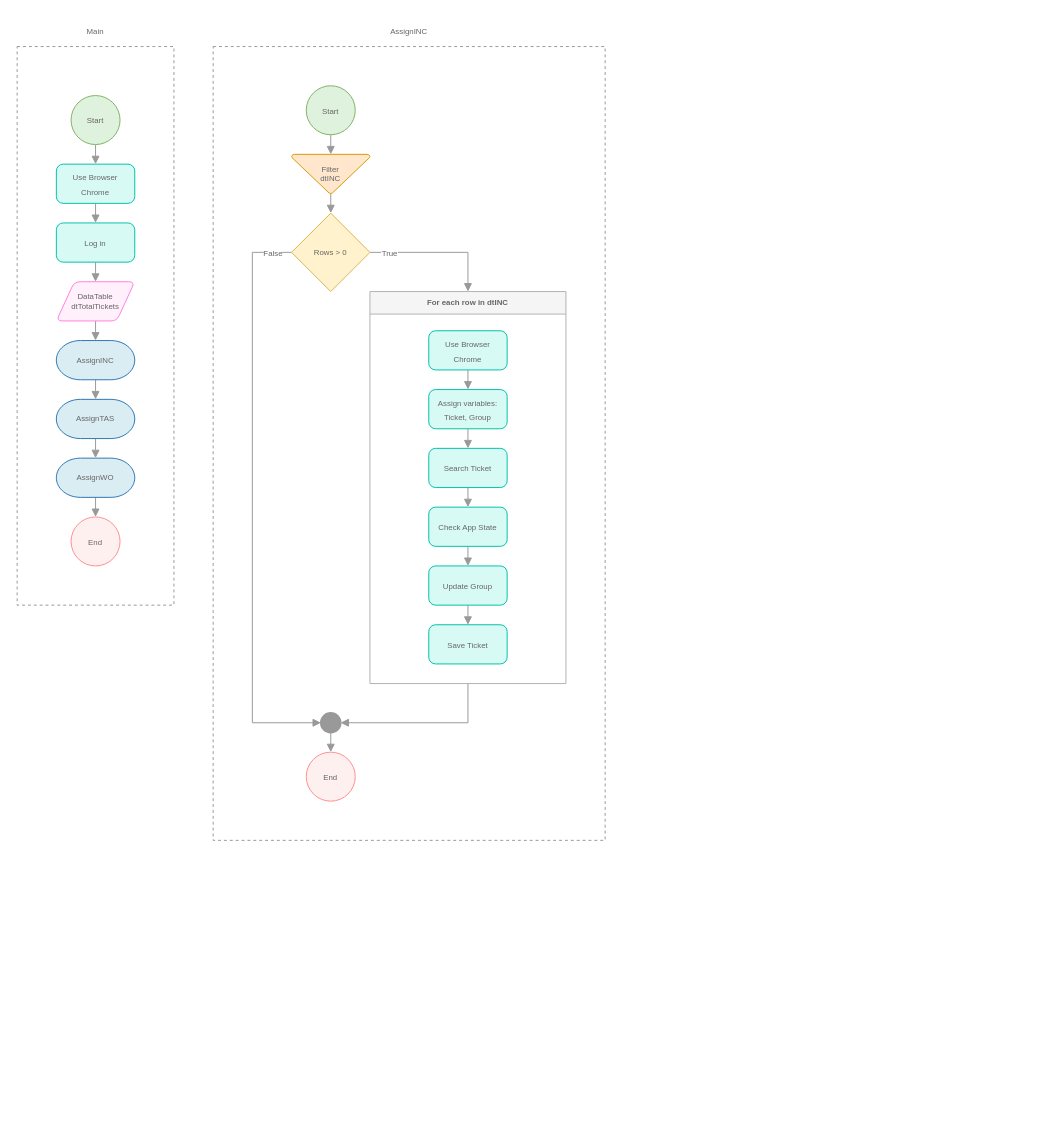
icasadev/icasadev.github.io keeps this draw.io diagram as CPD4.drawio. Above is the earlier version. Source tidied: cells renumbered, new cells numbered last; positions are measured from the earlier drawing's top-left corner, leaving out a move shared by most shapes. Both pictures are drawn from the tidied source at 98%, with x=0, y=0 at pixel (17, 17).
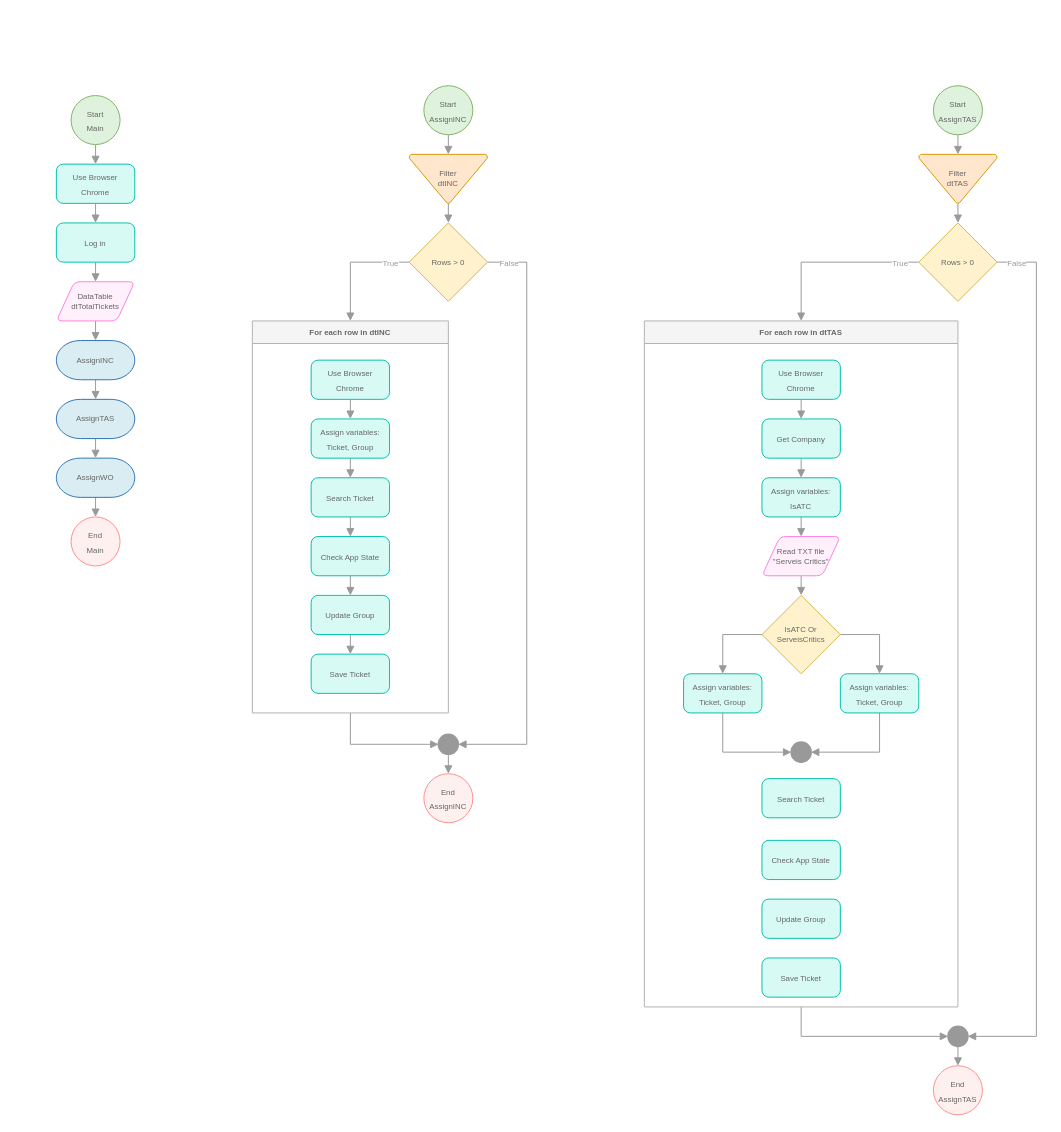
The same diagram, later.

The edit, as a diff of the source:
```diff
@@
-    <mxCell id="2" style="rounded=0;whiteSpace=wrap;html=1;labelBorderColor=#FFFFFF;fontSize=8;fontColor=#666666;strokeColor=#999999;strokeWidth=1;fillColor=none;dashed=1;" parent="1" vertex="1">
-      <mxGeometry x="200" y="30" width="400" height="810" as="geometry" />
-    </mxCell>
@@
-    <mxCell id="4" value="&lt;font color=&quot;#666666&quot; style=&quot;font-size: 8px;&quot;&gt;Start&lt;/font&gt;" style="strokeWidth=1;html=1;shape=mxgraph.flowchart.start_2;whiteSpace=wrap;fillColor=#DEF2DD;strokeColor=#82b366;" parent="1" vertex="1">
+    <mxCell id="4" value="&lt;font color=&quot;#666666&quot; style=&quot;font-size: 8px;&quot;&gt;Start&lt;br&gt;Main&lt;/font&gt;" style="strokeWidth=1;html=1;shape=mxgraph.flowchart.start_2;whiteSpace=wrap;fillColor=#DEF2DD;strokeColor=#82b366;" parent="1" vertex="1">
       <mxGeometry x="55" y="80" width="50" height="50" as="geometry" />
     </mxCell>
@@
-    <mxCell id="17" value="&lt;font color=&quot;#666666&quot; style=&quot;font-size: 8px;&quot;&gt;End&lt;/font&gt;" style="strokeWidth=1;html=1;shape=mxgraph.flowchart.start_2;whiteSpace=wrap;fillColor=#fff0f0;strokeColor=#ff8f8f;" parent="1" vertex="1">
+    <mxCell id="17" value="&lt;font color=&quot;#666666&quot; style=&quot;font-size: 8px;&quot;&gt;End&lt;br&gt;Main&lt;br&gt;&lt;/font&gt;" style="strokeWidth=1;html=1;shape=mxgraph.flowchart.start_2;whiteSpace=wrap;fillColor=#fff0f0;strokeColor=#ff8f8f;" parent="1" vertex="1">
       <mxGeometry x="55" y="510" width="50" height="50" as="geometry" />
     </mxCell>
@@
     <mxCell id="19" value="&lt;font color=&quot;#666666&quot;&gt;Filter&lt;br&gt;dtINC&lt;/font&gt;" style="strokeWidth=1;html=1;shape=mxgraph.flowchart.merge_or_storage;whiteSpace=wrap;fontSize=8;fillColor=#ffe6cc;strokeColor=#d79b00;" parent="1" vertex="1">
-      <mxGeometry x="280" y="140" width="80" height="40" as="geometry" />
+      <mxGeometry x="400" y="140" width="80" height="50" as="geometry" />
     </mxCell>
-    <mxCell id="20" style="edgeStyle=orthogonalEdgeStyle;rounded=0;jettySize=auto;html=1;exitX=1;exitY=0.5;exitDx=0;exitDy=0;exitPerimeter=0;entryX=0.5;entryY=0;entryDx=0;entryDy=0;fontSize=8;fontColor=#666666;endArrow=block;endFill=1;strokeColor=#999999;" parent="1" edge="1" source="24" target="26">
+    <mxCell id="20" style="edgeStyle=orthogonalEdgeStyle;rounded=0;jettySize=auto;html=1;exitX=0;exitY=0.5;exitDx=0;exitDy=0;exitPerimeter=0;entryX=0.5;entryY=0;entryDx=0;entryDy=0;fontSize=8;fontColor=#666666;endArrow=block;endFill=1;strokeColor=#999999;" parent="1" edge="1" source="24" target="26">
       <mxGeometry relative="1" as="geometry" />
     </mxCell>
-    <mxCell id="21" value="True" style="edgeLabel;html=1;align=center;verticalAlign=middle;fontSize=8;fontColor=#666666;" parent="20" vertex="1">
-      <mxGeometry x="-0.21" relative="1" as="geometry">
-        <mxPoint x="-36" as="offset" />
-      </mxGeometry>
-    </mxCell>
+    <mxCell id="46" value="True" style="edgeLabel;html=1;align=center;verticalAlign=middle;fontSize=8;fontColor=#999999;" parent="20" vertex="1">
+      <mxGeometry x="-0.26" y="-2" relative="1" as="geometry">
+        <mxPoint x="24" y="2" as="offset" />
+      </mxGeometry>
+    </mxCell>
-    <mxCell id="22" style="edgeStyle=orthogonalEdgeStyle;rounded=0;jettySize=auto;html=1;exitX=0;exitY=0.5;exitDx=0;exitDy=0;exitPerimeter=0;entryX=0;entryY=0.5;entryDx=0;entryDy=0;entryPerimeter=0;fontSize=8;fontColor=#666666;endArrow=block;endFill=1;strokeColor=#999999;" parent="1" edge="1" source="24" target="39">
+    <mxCell id="22" style="edgeStyle=orthogonalEdgeStyle;rounded=0;jettySize=auto;html=1;exitX=1;exitY=0.5;exitDx=0;exitDy=0;exitPerimeter=0;entryX=1;entryY=0.5;entryDx=0;entryDy=0;entryPerimeter=0;fontSize=8;fontColor=#666666;endArrow=block;endFill=1;strokeColor=#999999;" parent="1" edge="1" source="24" target="39">
       <mxGeometry relative="1" as="geometry">
         <Array as="points">
-          <mxPoint x="240" y="240" />
-          <mxPoint x="240" y="720" />
+          <mxPoint x="520" y="250" />
+          <mxPoint x="520" y="742" />
         </Array>
       </mxGeometry>
     </mxCell>
-    <mxCell id="23" value="False" style="edgeLabel;html=1;align=center;verticalAlign=middle;fontSize=8;fontColor=#666666;" parent="22" vertex="1">
-      <mxGeometry x="-0.9" y="-1" relative="1" as="geometry">
-        <mxPoint x="9" y="1" as="offset" />
-      </mxGeometry>
-    </mxCell>
+    <mxCell id="47" value="False" style="edgeLabel;html=1;align=center;verticalAlign=middle;fontSize=8;fontColor=#999999;" parent="22" vertex="1">
+      <mxGeometry x="-0.95" relative="1" as="geometry">
+        <mxPoint x="6" as="offset" />
+      </mxGeometry>
+    </mxCell>
     <mxCell id="24" value="&lt;font color=&quot;#666666&quot;&gt;Rows &amp;gt; 0&lt;/font&gt;" style="strokeWidth=1;html=1;shape=mxgraph.flowchart.decision;whiteSpace=wrap;fontSize=8;fillColor=#fff2cc;strokeColor=#d6b656;" parent="1" vertex="1">
-      <mxGeometry x="280" y="200" width="80" height="80" as="geometry" />
+      <mxGeometry x="400" y="210" width="80" height="80" as="geometry" />
     </mxCell>
-    <mxCell id="25" style="edgeStyle=orthogonalEdgeStyle;rounded=0;jettySize=auto;html=1;exitX=0.5;exitY=1;exitDx=0;exitDy=0;entryX=1;entryY=0.5;entryDx=0;entryDy=0;entryPerimeter=0;fontSize=8;fontColor=#666666;endArrow=block;endFill=1;strokeColor=#999999;" parent="1" edge="1" source="26" target="39">
+    <mxCell id="25" style="edgeStyle=orthogonalEdgeStyle;rounded=0;jettySize=auto;html=1;exitX=0.5;exitY=1;exitDx=0;exitDy=0;entryX=0;entryY=0.5;entryDx=0;entryDy=0;entryPerimeter=0;fontSize=8;fontColor=#999999;endArrow=block;endFill=1;strokeColor=#999999;" parent="1" edge="1" source="26" target="39">
       <mxGeometry relative="1" as="geometry" />
     </mxCell>
     <mxCell id="26" value="For each row in dtINC" style="swimlane;fontSize=8;strokeColor=#B3B3B3;strokeWidth=1;fillColor=#f5f5f5;fontColor=#666666;" parent="1" vertex="1">
-      <mxGeometry x="360" y="280" width="200" height="400" as="geometry" />
+      <mxGeometry x="240" y="310" width="200" height="400" as="geometry" />
     </mxCell>
@@
     <mxCell id="39" style="strokeWidth=2;html=1;shape=mxgraph.flowchart.start_2;whiteSpace=wrap;fontSize=8;fontColor=#666666;fillColor=#999999;strokeColor=#999999;" parent="1" vertex="1">
-      <mxGeometry x="310" y="710" width="20" height="20" as="geometry" />
+      <mxGeometry x="430" y="732" width="20" height="20" as="geometry" />
     </mxCell>
@@
-    <mxCell id="41" value="&lt;font color=&quot;#666666&quot; style=&quot;font-size: 8px;&quot;&gt;Start&lt;/font&gt;" style="strokeWidth=1;html=1;shape=mxgraph.flowchart.start_2;whiteSpace=wrap;fillColor=#DEF2DD;strokeColor=#82b366;" parent="1" vertex="1">
-      <mxGeometry x="295" y="70" width="50" height="50" as="geometry" />
+    <mxCell id="41" value="&lt;font color=&quot;#666666&quot; style=&quot;font-size: 8px;&quot;&gt;Start&lt;br&gt;AssignINC&lt;br&gt;&lt;/font&gt;" style="strokeWidth=1;html=1;shape=mxgraph.flowchart.start_2;whiteSpace=wrap;fillColor=#DEF2DD;strokeColor=#82b366;" parent="1" vertex="1">
+      <mxGeometry x="415" y="70" width="50" height="50" as="geometry" />
     </mxCell>
-    <mxCell id="42" value="&lt;font color=&quot;#666666&quot; style=&quot;font-size: 8px;&quot;&gt;End&lt;/font&gt;" style="strokeWidth=1;html=1;shape=mxgraph.flowchart.start_2;whiteSpace=wrap;fillColor=#fff0f0;strokeColor=#ff8f8f;" parent="1" vertex="1">
-      <mxGeometry x="295" y="750" width="50" height="50" as="geometry" />
+    <mxCell id="42" value="&lt;font color=&quot;#666666&quot; style=&quot;font-size: 8px;&quot;&gt;End AssignINC&lt;/font&gt;" style="strokeWidth=1;html=1;shape=mxgraph.flowchart.start_2;whiteSpace=wrap;fillColor=#fff0f0;strokeColor=#ff8f8f;" parent="1" vertex="1">
+      <mxGeometry x="415" y="772" width="50" height="50" as="geometry" />
     </mxCell>
-    <mxCell id="43" value="AssignINC" style="text;html=1;strokeColor=none;fillColor=none;align=center;verticalAlign=middle;whiteSpace=wrap;rounded=0;dashed=1;labelBorderColor=#FFFFFF;fontSize=8;fontColor=#666666;" parent="1" vertex="1">
-      <mxGeometry x="200" width="400" height="30" as="geometry" />
-    </mxCell>
-    <mxCell id="44" style="rounded=0;whiteSpace=wrap;html=1;labelBorderColor=#FFFFFF;fontSize=8;fontColor=#666666;strokeColor=#999999;strokeWidth=1;fillColor=none;dashed=1;" parent="1" vertex="1">
-      <mxGeometry y="30" width="160" height="570" as="geometry" />
-    </mxCell>
-    <mxCell id="45" value="Main" style="text;html=1;strokeColor=none;fillColor=none;align=center;verticalAlign=middle;whiteSpace=wrap;rounded=0;dashed=1;labelBorderColor=#FFFFFF;fontSize=8;fontColor=#666666;" parent="1" vertex="1">
-      <mxGeometry width="160" height="30" as="geometry" />
-    </mxCell>
+    <mxCell id="48" style="edgeStyle=orthogonalEdgeStyle;rounded=0;jettySize=auto;html=1;exitX=0.5;exitY=1;exitDx=0;exitDy=0;exitPerimeter=0;entryX=0.5;entryY=0;entryDx=0;entryDy=0;entryPerimeter=0;fontSize=8;fontColor=#666666;endArrow=block;endFill=1;strokeColor=#999999;" parent="1" edge="1" source="49" target="54">
+      <mxGeometry relative="1" as="geometry" />
+    </mxCell>
+    <mxCell id="49" value="&lt;font color=&quot;#666666&quot;&gt;Filter&lt;br&gt;dtTAS&lt;/font&gt;" style="strokeWidth=1;html=1;shape=mxgraph.flowchart.merge_or_storage;whiteSpace=wrap;fontSize=8;fillColor=#ffe6cc;strokeColor=#d79b00;" parent="1" vertex="1">
+      <mxGeometry x="920" y="140" width="80" height="50" as="geometry" />
+    </mxCell>
+    <mxCell id="50" style="edgeStyle=orthogonalEdgeStyle;rounded=0;jettySize=auto;html=1;exitX=0;exitY=0.5;exitDx=0;exitDy=0;exitPerimeter=0;entryX=0.5;entryY=0;entryDx=0;entryDy=0;fontSize=8;fontColor=#999999;endArrow=block;endFill=1;strokeColor=#999999;" parent="1" edge="1" source="54" target="56">
+      <mxGeometry relative="1" as="geometry" />
+    </mxCell>
+    <mxCell id="51" value="True" style="edgeLabel;html=1;align=center;verticalAlign=middle;fontSize=8;fontColor=#999999;" parent="50" vertex="1">
+      <mxGeometry x="-0.21" y="-2" relative="1" as="geometry">
+        <mxPoint x="51" y="2" as="offset" />
+      </mxGeometry>
+    </mxCell>
+    <mxCell id="52" style="edgeStyle=orthogonalEdgeStyle;rounded=0;jettySize=auto;html=1;exitX=1;exitY=0.5;exitDx=0;exitDy=0;exitPerimeter=0;entryX=1;entryY=0.5;entryDx=0;entryDy=0;entryPerimeter=0;fontSize=8;fontColor=#999999;endArrow=block;endFill=1;strokeColor=#999999;" parent="1" edge="1" source="54" target="78">
+      <mxGeometry relative="1" as="geometry">
+        <Array as="points">
+          <mxPoint x="1040" y="250" />
+          <mxPoint x="1040" y="1040" />
+        </Array>
+      </mxGeometry>
+    </mxCell>
+    <mxCell id="53" value="False" style="edgeLabel;html=1;align=center;verticalAlign=middle;fontSize=8;fontColor=#999999;" parent="52" vertex="1">
+      <mxGeometry x="-0.98" y="1" relative="1" as="geometry">
+        <mxPoint x="10" y="1" as="offset" />
+      </mxGeometry>
+    </mxCell>
+    <mxCell id="54" value="&lt;font color=&quot;#666666&quot;&gt;Rows &amp;gt; 0&lt;/font&gt;" style="strokeWidth=1;html=1;shape=mxgraph.flowchart.decision;whiteSpace=wrap;fontSize=8;fillColor=#fff2cc;strokeColor=#d6b656;" parent="1" vertex="1">
+      <mxGeometry x="920" y="210" width="80" height="80" as="geometry" />
+    </mxCell>
+    <mxCell id="55" style="edgeStyle=orthogonalEdgeStyle;rounded=0;jettySize=auto;html=1;exitX=0.5;exitY=1;exitDx=0;exitDy=0;entryX=0;entryY=0.5;entryDx=0;entryDy=0;entryPerimeter=0;fontSize=8;fontColor=#999999;endArrow=block;endFill=1;strokeColor=#999999;" parent="1" edge="1" source="56" target="78">
+      <mxGeometry relative="1" as="geometry" />
+    </mxCell>
+    <mxCell id="56" value="For each row in dtTAS" style="swimlane;fontSize=8;strokeColor=#B3B3B3;strokeWidth=1;fillColor=#f5f5f5;fontColor=#666666;" parent="1" vertex="1">
+      <mxGeometry x="640" y="310" width="320" height="700" as="geometry" />
+    </mxCell>
+    <mxCell id="57" style="edgeStyle=orthogonalEdgeStyle;rounded=0;jettySize=auto;html=1;exitX=0.5;exitY=1;exitDx=0;exitDy=0;entryX=0.5;entryY=0;entryDx=0;entryDy=0;fontSize=8;fontColor=#666666;endArrow=block;endFill=1;strokeColor=#999999;" parent="56" edge="1" source="58" target="60">
+      <mxGeometry relative="1" as="geometry" />
+    </mxCell>
+    <mxCell id="58" value="&lt;font color=&quot;#666666&quot; style=&quot;font-size: 8px;&quot;&gt;Use Browser &lt;br&gt;Chrome&lt;/font&gt;" style="rounded=1;whiteSpace=wrap;html=1;absoluteArcSize=1;arcSize=14;strokeWidth=1;fontColor=#000000;fillColor=#d7faf5;strokeColor=#00c2a8;" parent="56" vertex="1">
+      <mxGeometry x="120" y="40" width="80" height="40" as="geometry" />
+    </mxCell>
+    <mxCell id="59" style="edgeStyle=orthogonalEdgeStyle;rounded=0;jettySize=auto;html=1;exitX=0.5;exitY=1;exitDx=0;exitDy=0;entryX=0.5;entryY=0;entryDx=0;entryDy=0;fontSize=8;fontColor=#666666;endArrow=block;endFill=1;strokeColor=#999999;" parent="56" edge="1" source="60" target="62">
+      <mxGeometry relative="1" as="geometry" />
+    </mxCell>
+    <mxCell id="60" value="&lt;font color=&quot;#666666&quot;&gt;&lt;span style=&quot;font-size: 8px;&quot;&gt;Get Company&lt;/span&gt;&lt;/font&gt;" style="rounded=1;whiteSpace=wrap;html=1;absoluteArcSize=1;arcSize=14;strokeWidth=1;fontColor=#000000;fillColor=#d7faf5;strokeColor=#00c2a8;" parent="56" vertex="1">
+      <mxGeometry x="120" y="100" width="80" height="40" as="geometry" />
+    </mxCell>
+    <mxCell id="61" style="edgeStyle=orthogonalEdgeStyle;rounded=0;jettySize=auto;html=1;exitX=0.5;exitY=1;exitDx=0;exitDy=0;entryX=0.5;entryY=0;entryDx=0;entryDy=0;fontSize=8;fontColor=#666666;endArrow=block;endFill=1;strokeColor=#999999;" parent="56" edge="1" source="62" target="64">
+      <mxGeometry relative="1" as="geometry" />
+    </mxCell>
+    <mxCell id="62" value="&lt;font color=&quot;#666666&quot;&gt;&lt;span style=&quot;font-size: 8px;&quot;&gt;Assign variables: IsATC&lt;/span&gt;&lt;/font&gt;" style="rounded=1;whiteSpace=wrap;html=1;absoluteArcSize=1;arcSize=14;strokeWidth=1;fontColor=#000000;fillColor=#d7faf5;strokeColor=#00c2a8;" parent="56" vertex="1">
+      <mxGeometry x="120" y="160" width="80" height="40" as="geometry" />
+    </mxCell>
+    <mxCell id="63" style="edgeStyle=orthogonalEdgeStyle;rounded=0;jettySize=auto;html=1;exitX=0.5;exitY=1;exitDx=0;exitDy=0;entryX=0.5;entryY=0;entryDx=0;entryDy=0;entryPerimeter=0;fontSize=8;fontColor=#666666;endArrow=block;endFill=1;strokeColor=#999999;" parent="56" edge="1" source="64" target="67">
+      <mxGeometry relative="1" as="geometry" />
+    </mxCell>
+    <mxCell id="64" value="Read TXT file &quot;Serveis Critics&quot;" style="shape=parallelogram;html=1;strokeWidth=1;perimeter=parallelogramPerimeter;whiteSpace=wrap;rounded=1;arcSize=12;size=0.23;fontSize=8;fontColor=#666666;fillColor=#fff0fb;strokeColor=#ff80df;" parent="56" vertex="1">
+      <mxGeometry x="120" y="220" width="80" height="40" as="geometry" />
+    </mxCell>
+    <mxCell id="65" style="edgeStyle=orthogonalEdgeStyle;rounded=0;jettySize=auto;html=1;exitX=0;exitY=0.5;exitDx=0;exitDy=0;exitPerimeter=0;entryX=0.5;entryY=0;entryDx=0;entryDy=0;fontSize=8;fontColor=#999999;endArrow=block;endFill=1;strokeColor=#999999;" parent="56" edge="1" source="67" target="70">
+      <mxGeometry relative="1" as="geometry" />
+    </mxCell>
+    <mxCell id="66" style="edgeStyle=orthogonalEdgeStyle;rounded=0;jettySize=auto;html=1;exitX=1;exitY=0.5;exitDx=0;exitDy=0;exitPerimeter=0;entryX=0.5;entryY=0;entryDx=0;entryDy=0;fontSize=8;fontColor=#999999;endArrow=block;endFill=1;strokeColor=#999999;" parent="56" edge="1" source="67" target="72">
+      <mxGeometry relative="1" as="geometry" />
+    </mxCell>
+    <mxCell id="67" value="&lt;font color=&quot;#666666&quot;&gt;IsATC Or ServeisCritics&lt;/font&gt;" style="strokeWidth=1;html=1;shape=mxgraph.flowchart.decision;whiteSpace=wrap;fontSize=8;fillColor=#fff2cc;strokeColor=#d6b656;" parent="56" vertex="1">
+      <mxGeometry x="120" y="280" width="80" height="80" as="geometry" />
+    </mxCell>
+    <mxCell id="68" style="strokeWidth=2;html=1;shape=mxgraph.flowchart.start_2;whiteSpace=wrap;fontSize=8;fontColor=#666666;fillColor=#999999;strokeColor=#999999;" parent="56" vertex="1">
+      <mxGeometry x="150" y="430" width="20" height="20" as="geometry" />
+    </mxCell>
+    <mxCell id="69" style="edgeStyle=orthogonalEdgeStyle;rounded=0;jettySize=auto;html=1;exitX=0.5;exitY=1;exitDx=0;exitDy=0;entryX=0;entryY=0.5;entryDx=0;entryDy=0;entryPerimeter=0;fontSize=8;fontColor=#999999;endArrow=block;endFill=1;strokeColor=#999999;" parent="56" edge="1" source="70" target="68">
+      <mxGeometry relative="1" as="geometry" />
+    </mxCell>
+    <mxCell id="70" value="&lt;font color=&quot;#666666&quot;&gt;&lt;span style=&quot;font-size: 8px;&quot;&gt;Assign variables: Ticket, Group&lt;/span&gt;&lt;/font&gt;" style="rounded=1;whiteSpace=wrap;html=1;absoluteArcSize=1;arcSize=14;strokeWidth=1;fontColor=#000000;fillColor=#d7faf5;strokeColor=#00c2a8;" parent="56" vertex="1">
+      <mxGeometry x="40" y="360" width="80" height="40" as="geometry" />
+    </mxCell>
+    <mxCell id="71" style="edgeStyle=orthogonalEdgeStyle;rounded=0;jettySize=auto;html=1;exitX=0.5;exitY=1;exitDx=0;exitDy=0;entryX=1;entryY=0.5;entryDx=0;entryDy=0;entryPerimeter=0;fontSize=8;fontColor=#999999;endArrow=block;endFill=1;strokeColor=#999999;" parent="56" edge="1" source="72" target="68">
+      <mxGeometry relative="1" as="geometry" />
+    </mxCell>
+    <mxCell id="72" value="&lt;font color=&quot;#666666&quot;&gt;&lt;span style=&quot;font-size: 8px;&quot;&gt;Assign variables: Ticket, Group&lt;/span&gt;&lt;/font&gt;" style="rounded=1;whiteSpace=wrap;html=1;absoluteArcSize=1;arcSize=14;strokeWidth=1;fontColor=#000000;fillColor=#d7faf5;strokeColor=#00c2a8;" parent="56" vertex="1">
+      <mxGeometry x="200" y="360" width="80" height="40" as="geometry" />
+    </mxCell>
+    <mxCell id="73" value="&lt;font color=&quot;#666666&quot;&gt;&lt;span style=&quot;font-size: 8px;&quot;&gt;Search Ticket&lt;/span&gt;&lt;/font&gt;" style="rounded=1;whiteSpace=wrap;html=1;absoluteArcSize=1;arcSize=14;strokeWidth=1;fontColor=#000000;fillColor=#d7faf5;strokeColor=#00c2a8;" parent="56" vertex="1">
+      <mxGeometry x="120" y="467" width="80" height="40" as="geometry" />
+    </mxCell>
+    <mxCell id="74" value="&lt;font color=&quot;#666666&quot;&gt;&lt;span style=&quot;font-size: 8px;&quot;&gt;Check App State&lt;/span&gt;&lt;/font&gt;" style="rounded=1;whiteSpace=wrap;html=1;absoluteArcSize=1;arcSize=14;strokeWidth=1;fontColor=#000000;fillColor=#d7faf5;strokeColor=#00c2a8;" parent="56" vertex="1">
+      <mxGeometry x="120" y="530" width="80" height="40" as="geometry" />
+    </mxCell>
+    <mxCell id="75" value="&lt;font color=&quot;#666666&quot;&gt;&lt;span style=&quot;font-size: 8px;&quot;&gt;Update Group&lt;/span&gt;&lt;/font&gt;" style="rounded=1;whiteSpace=wrap;html=1;absoluteArcSize=1;arcSize=14;strokeWidth=1;fontColor=#000000;fillColor=#d7faf5;strokeColor=#00c2a8;" parent="56" vertex="1">
+      <mxGeometry x="120" y="590" width="80" height="40" as="geometry" />
+    </mxCell>
+    <mxCell id="76" value="&lt;font color=&quot;#666666&quot;&gt;&lt;span style=&quot;font-size: 8px;&quot;&gt;Save Ticket&lt;/span&gt;&lt;/font&gt;" style="rounded=1;whiteSpace=wrap;html=1;absoluteArcSize=1;arcSize=14;strokeWidth=1;fontColor=#000000;fillColor=#d7faf5;strokeColor=#00c2a8;" parent="56" vertex="1">
+      <mxGeometry x="120" y="650" width="80" height="40" as="geometry" />
+    </mxCell>
+    <mxCell id="77" style="edgeStyle=orthogonalEdgeStyle;rounded=0;jettySize=auto;html=1;exitX=0.5;exitY=1;exitDx=0;exitDy=0;exitPerimeter=0;entryX=0.5;entryY=0;entryDx=0;entryDy=0;entryPerimeter=0;fontSize=8;fontColor=#666666;endArrow=block;endFill=1;strokeColor=#999999;" parent="1" edge="1" source="78" target="81">
+      <mxGeometry relative="1" as="geometry" />
+    </mxCell>
+    <mxCell id="78" style="strokeWidth=2;html=1;shape=mxgraph.flowchart.start_2;whiteSpace=wrap;fontSize=8;fontColor=#666666;fillColor=#999999;strokeColor=#999999;" parent="1" vertex="1">
+      <mxGeometry x="950" y="1030" width="20" height="20" as="geometry" />
+    </mxCell>
+    <mxCell id="79" style="edgeStyle=orthogonalEdgeStyle;rounded=0;jettySize=auto;html=1;exitX=0.5;exitY=1;exitDx=0;exitDy=0;exitPerimeter=0;entryX=0.5;entryY=0;entryDx=0;entryDy=0;entryPerimeter=0;fontSize=8;fontColor=#666666;endArrow=block;endFill=1;strokeColor=#999999;" parent="1" edge="1" source="80" target="49">
+      <mxGeometry relative="1" as="geometry" />
+    </mxCell>
+    <mxCell id="80" value="&lt;font color=&quot;#666666&quot; style=&quot;font-size: 8px;&quot;&gt;Start&lt;br&gt;AssignTAS&lt;br&gt;&lt;/font&gt;" style="strokeWidth=1;html=1;shape=mxgraph.flowchart.start_2;whiteSpace=wrap;fillColor=#DEF2DD;strokeColor=#82b366;" parent="1" vertex="1">
+      <mxGeometry x="935" y="70" width="50" height="50" as="geometry" />
+    </mxCell>
+    <mxCell id="81" value="&lt;font color=&quot;#666666&quot; style=&quot;font-size: 8px;&quot;&gt;End&lt;br&gt;AssignTAS&lt;br&gt;&lt;/font&gt;" style="strokeWidth=1;html=1;shape=mxgraph.flowchart.start_2;whiteSpace=wrap;fillColor=#fff0f0;strokeColor=#ff8f8f;" parent="1" vertex="1">
+      <mxGeometry x="935" y="1070" width="50" height="50" as="geometry" />
+    </mxCell>
```
